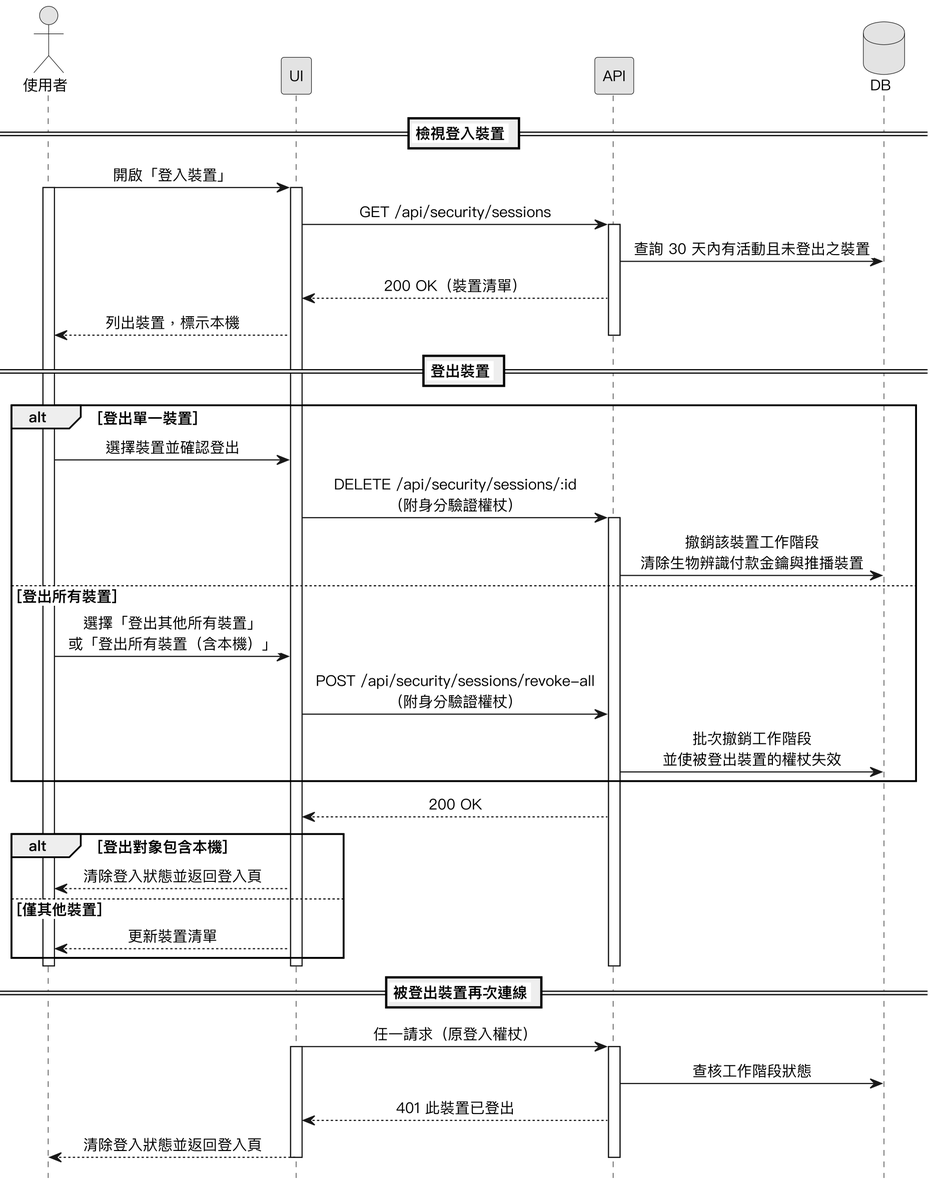
SaveMyBook/SaveMyBook keeps this PlantUML diagram as Diagrams/Sequence Diagrams/v3/seq_session.png. Above is the earlier version.
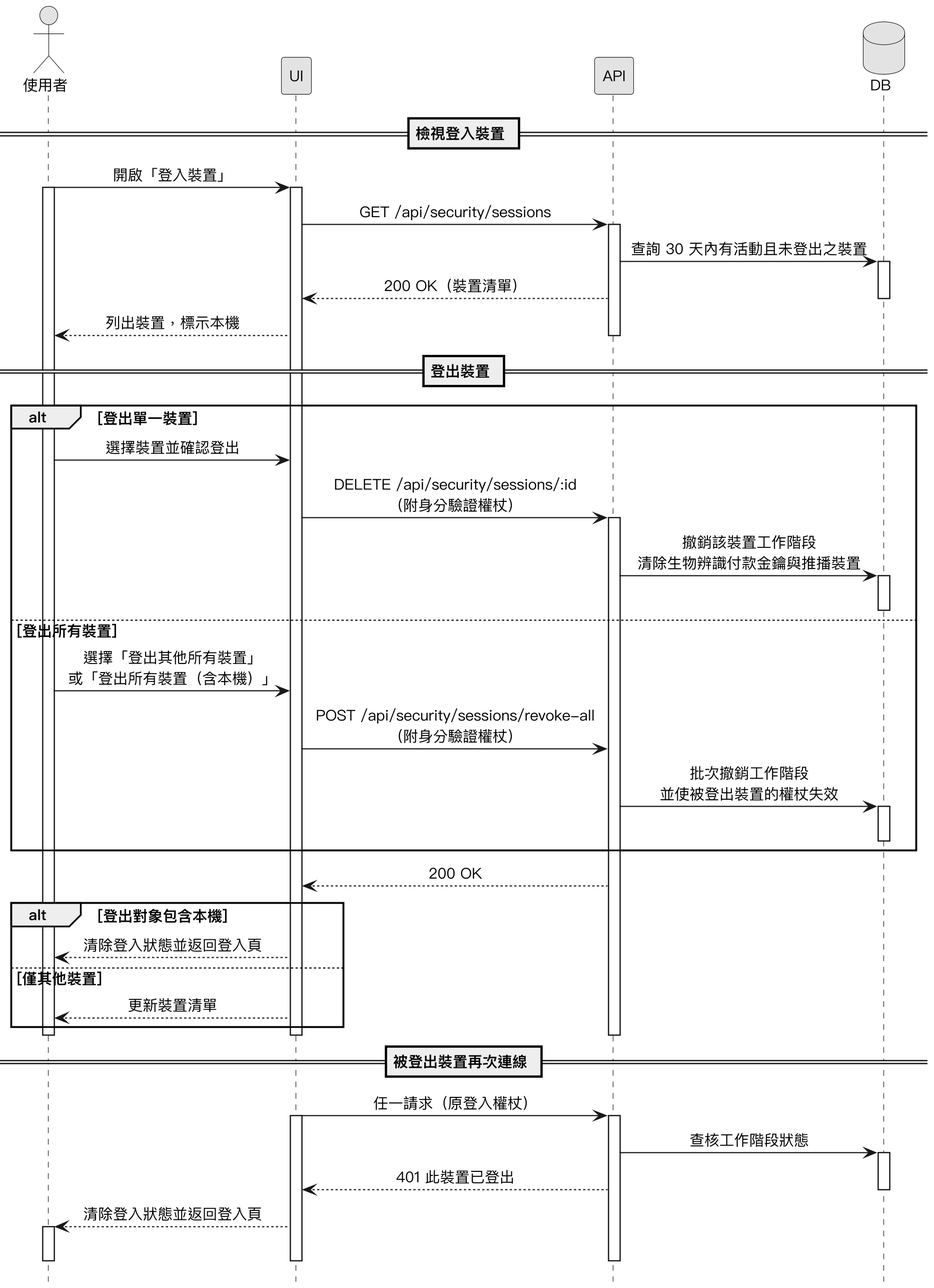
After the change.

The edit, as a diff of the source:
```diff
@@ -20,7 +20,9 @@
 UI -> API : GET /api/security/sessions
 activate API
 API -> DB : 查詢 30 天內有活動且未登出之裝置
+activate DB
 API --> UI : 200 OK（裝置清單）
+deactivate DB
 UI --> 使用者 : 列出裝置，標示本機
 deactivate API
 
@@ -29,11 +31,13 @@
   使用者 -> UI : 選擇裝置並確認登出
   UI -> API : DELETE /api/security/sessions/:id\n（附身分驗證權杖）
   activate API
-  API -> DB : 撤銷該裝置工作階段\n清除生物辨識付款金鑰與推播裝置
+  API -> DB ++ : 撤銷該裝置工作階段\n清除生物辨識付款金鑰與推播裝置
+  deactivate DB
 else 登出所有裝置
   使用者 -> UI : 選擇「登出其他所有裝置」\n或「登出所有裝置（含本機）」
   UI -> API : POST /api/security/sessions/revoke-all\n（附身分驗證權杖）
-  API -> DB : 批次撤銷工作階段\n並使被登出裝置的權杖失效
+  API -> DB ++ : 批次撤銷工作階段\n並使被登出裝置的權杖失效
+  deactivate DB
 end
 API --> UI : 200 OK
 alt 登出對象包含本機
@@ -50,8 +54,11 @@
 activate UI
 activate API
 API -> DB : 查核工作階段狀態
+activate DB
 API --> UI : 401 此裝置已登出
-UI --> 使用者 : 清除登入狀態並返回登入頁
+deactivate DB
+UI --> 使用者 ++ : 清除登入狀態並返回登入頁
+deactivate 使用者
 deactivate API
 deactivate UI
 @enduml
```
